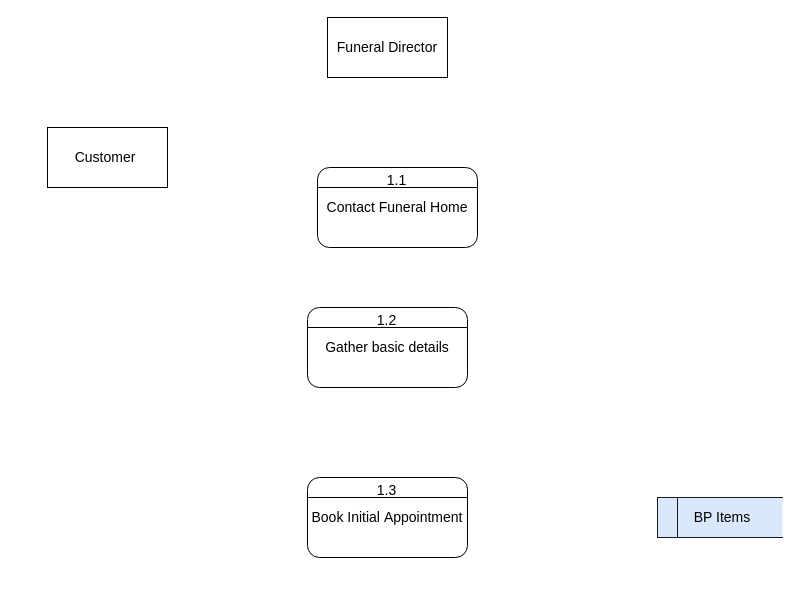
Above: page "DFD-1 - Execute First Call" (8 of 12) of Untitled Diagram.drawio in Buddhika-Pathirathna/DiagramsRepo (draw.io), before the change. Source tidied: cells renumbered, new cells numbered last; positions are measured from the earlier drawing's top-left corner, leaving out a move shared by most shapes. Both pictures are drawn from the tidied source at 100%, with x=0, y=0 at pixel (47, 17).
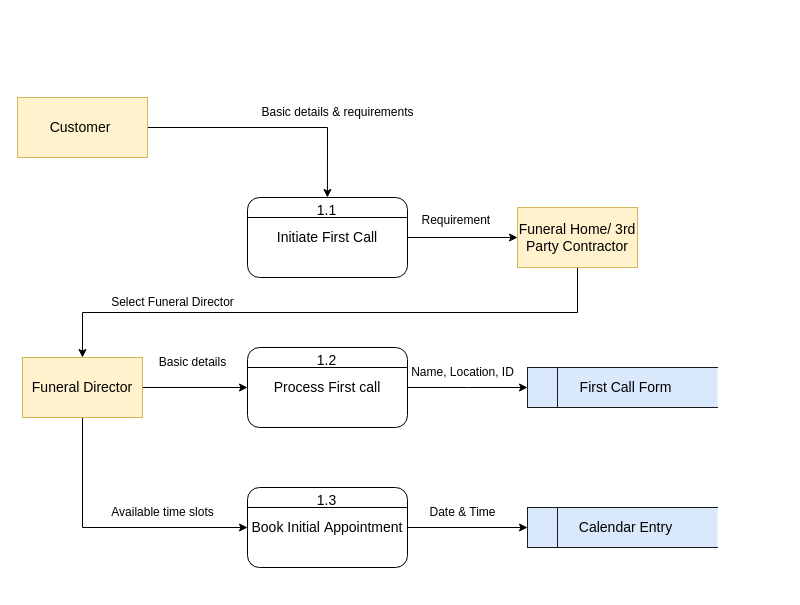
Above is the later version.

The change refers to these unchanged cells:
```xml
<mxCell id="4" value="&lt;font style=&quot;font-size: 14px&quot;&gt;1.1&lt;/font&gt;" style="text;html=1;strokeColor=none;fillColor=none;align=center;verticalAlign=middle;whiteSpace=wrap;rounded=0;" parent="2" vertex="1">
  <mxGeometry x="48.3" width="63.3" height="25" as="geometry" />
</mxCell>
<mxCell id="15" value="&lt;span style=&quot;font-size: 14px&quot;&gt;Book Initial&amp;nbsp;&lt;/span&gt;&lt;span style=&quot;font-size: 14px;&quot;&gt;Appointment&lt;/span&gt;" style="rounded=1;whiteSpace=wrap;html=1;" parent="14" vertex="1">
  <mxGeometry width="160" height="80" as="geometry" />
</mxCell>
```

What changed in the source:
```diff
@@
     <mxCell id="2" style="group;" parent="1" vertex="1">
-      <mxGeometry x="270" y="150" width="190" height="100" as="geometry" />
+      <mxGeometry x="200" y="180" width="190" height="100" as="geometry" />
     </mxCell>
-    <mxCell id="3" value="&lt;span style=&quot;font-size: 14px&quot;&gt;Contact Funeral Home&lt;/span&gt;" style="rounded=1;whiteSpace=wrap;html=1;" parent="2" vertex="1">
+    <mxCell id="3" value="&lt;span style=&quot;font-size: 14px;&quot;&gt;Initiate&amp;nbsp;First Call&lt;/span&gt;" style="rounded=1;whiteSpace=wrap;html=1;" parent="2" vertex="1">
       <mxGeometry width="160" height="80" as="geometry" />
     </mxCell>
@@
+    <mxCell id="19" style="edgeStyle=orthogonalEdgeStyle;rounded=0;jettySize=auto;html=1;exitX=1;exitY=0.5;exitDx=0;exitDy=0;entryX=0.5;entryY=0;entryDx=0;entryDy=0;" parent="1" edge="1" source="6" target="4">
+      <mxGeometry relative="1" as="geometry" />
+    </mxCell>
-    <mxCell id="6" value="&lt;font style=&quot;font-size: 14px;&quot;&gt;Customer&amp;nbsp;&lt;/font&gt;" style="rounded=0;whiteSpace=wrap;html=1;" parent="1" vertex="1">
-      <mxGeometry y="110" width="120" height="60" as="geometry" />
+    <mxCell id="6" value="&lt;font style=&quot;font-size: 14px;&quot;&gt;Customer&amp;nbsp;&lt;/font&gt;" style="rounded=0;whiteSpace=wrap;html=1;fillColor=#fff2cc;strokeColor=#d6b656;" parent="1" vertex="1">
+      <mxGeometry x="-30" y="80" width="130" height="60" as="geometry" />
     </mxCell>
     <mxCell id="7" style="group;fillColor=none;strokeColor=#FFFFFF;" parent="1" vertex="1">
-      <mxGeometry x="610" y="480" width="125" height="40" as="geometry" />
+      <mxGeometry x="480" y="350" width="190" height="40" as="geometry" />
     </mxCell>
-    <mxCell id="8" value="&lt;font style=&quot;font-size: 14px&quot;&gt;BP Items&lt;/font&gt;" style="shape=partialRectangle;whiteSpace=wrap;html=1;left=0;right=0;fillColor=#dae8fc;strokeColor=#1A1A1A;perimeterSpacing=1;" parent="7" vertex="1">
-      <mxGeometry x="5" width="120" height="40" as="geometry" />
+    <mxCell id="8" value="&lt;font style=&quot;font-size: 14px&quot;&gt;First Call Form&lt;/font&gt;" style="shape=partialRectangle;whiteSpace=wrap;html=1;left=0;right=0;fillColor=#dae8fc;strokeColor=#1A1A1A;perimeterSpacing=1;" parent="7" vertex="1">
+      <mxGeometry x="7.2" width="182.8" height="40" as="geometry" />
     </mxCell>
     <mxCell id="9" style="rounded=0;whiteSpace=wrap;html=1;fillColor=#dae8fc;strokeColor=#1A1A1A;" parent="7" vertex="1">
-      <mxGeometry width="20" height="40" as="geometry" />
+      <mxGeometry width="30" height="40" as="geometry" />
     </mxCell>
     <mxCell id="10" style="group;" parent="1" vertex="1">
-      <mxGeometry x="260" y="290" width="190" height="100" as="geometry" />
+      <mxGeometry x="200" y="330" width="190" height="100" as="geometry" />
     </mxCell>
+    <mxCell id="20" style="edgeStyle=orthogonalEdgeStyle;rounded=0;jettySize=auto;html=1;exitX=1;exitY=0.5;exitDx=0;exitDy=0;" parent="10" edge="1" source="11">
+      <mxGeometry relative="1" as="geometry">
+        <mxPoint x="280" y="40" as="targetPoint" />
+      </mxGeometry>
+    </mxCell>
-    <mxCell id="11" value="&lt;span style=&quot;font-size: 14px&quot;&gt;Gather basic details&lt;/span&gt;" style="rounded=1;whiteSpace=wrap;html=1;" parent="10" vertex="1">
+    <mxCell id="11" value="&lt;span style=&quot;font-size: 14px&quot;&gt;Process First call&lt;/span&gt;" style="rounded=1;whiteSpace=wrap;html=1;" parent="10" vertex="1">
       <mxGeometry width="160" height="80" as="geometry" />
     </mxCell>
@@
     <mxCell id="14" style="group;" parent="1" vertex="1">
-      <mxGeometry x="260" y="460" width="190" height="100" as="geometry" />
+      <mxGeometry x="200" y="470" width="190" height="100" as="geometry" />
     </mxCell>
@@
+    <mxCell id="21" style="edgeStyle=orthogonalEdgeStyle;rounded=0;jettySize=auto;html=1;exitX=1;exitY=0.5;exitDx=0;exitDy=0;entryX=0;entryY=0.5;entryDx=0;entryDy=0;" parent="1" edge="1" source="18" target="11">
+      <mxGeometry relative="1" as="geometry" />
+    </mxCell>
+    <mxCell id="22" style="edgeStyle=orthogonalEdgeStyle;rounded=0;jettySize=auto;html=1;exitX=0.5;exitY=1;exitDx=0;exitDy=0;entryX=0;entryY=0.5;entryDx=0;entryDy=0;" parent="1" edge="1" source="18" target="15">
+      <mxGeometry relative="1" as="geometry" />
+    </mxCell>
-    <mxCell id="18" value="&lt;font style=&quot;font-size: 14px;&quot;&gt;Funeral Director&lt;/font&gt;" style="rounded=0;whiteSpace=wrap;html=1;" parent="1" vertex="1">
-      <mxGeometry x="280" width="120" height="60" as="geometry" />
+    <mxCell id="18" value="&lt;font style=&quot;font-size: 14px;&quot;&gt;Funeral Director&lt;/font&gt;" style="rounded=0;whiteSpace=wrap;html=1;fillColor=#fff2cc;strokeColor=#d6b656;" parent="1" vertex="1">
+      <mxGeometry x="-25" y="340" width="120" height="60" as="geometry" />
     </mxCell>
+    <mxCell id="23" value="Basic details &amp;amp; requirements" style="text;html=1;align=center;verticalAlign=middle;strokeColor=none;fillColor=none;" parent="1" vertex="1">
+      <mxGeometry x="200" y="80" width="180" height="30" as="geometry" />
+    </mxCell>
+    <mxCell id="24" style="group;fillColor=none;strokeColor=#FFFFFF;" parent="1" vertex="1">
+      <mxGeometry x="480" y="490" width="190" height="40" as="geometry" />
+    </mxCell>
+    <mxCell id="25" value="&lt;font style=&quot;font-size: 14px&quot;&gt;Calendar Entry&lt;/font&gt;" style="shape=partialRectangle;whiteSpace=wrap;html=1;left=0;right=0;fillColor=#dae8fc;strokeColor=#1A1A1A;perimeterSpacing=1;" parent="24" vertex="1">
+      <mxGeometry x="7.2" width="182.8" height="40" as="geometry" />
+    </mxCell>
+    <mxCell id="26" style="rounded=0;whiteSpace=wrap;html=1;fillColor=#dae8fc;strokeColor=#1A1A1A;" parent="24" vertex="1">
+      <mxGeometry width="30" height="40" as="geometry" />
+    </mxCell>
+    <mxCell id="27" value="Name, Location, ID" style="text;html=1;align=center;verticalAlign=middle;strokeColor=none;fillColor=none;" parent="1" vertex="1">
+      <mxGeometry x="350" y="340" width="130" height="30" as="geometry" />
+    </mxCell>
+    <mxCell id="28" style="edgeStyle=orthogonalEdgeStyle;rounded=0;jettySize=auto;html=1;exitX=0.5;exitY=1;exitDx=0;exitDy=0;entryX=0.5;entryY=0;entryDx=0;entryDy=0;" parent="1" edge="1" source="34" target="18">
+      <mxGeometry relative="1" as="geometry" />
+    </mxCell>
+    <mxCell id="29" value="Select Funeral Director" style="text;html=1;align=center;verticalAlign=middle;strokeColor=none;fillColor=none;" parent="1" vertex="1">
+      <mxGeometry x="50" y="270" width="150" height="30" as="geometry" />
+    </mxCell>
+    <mxCell id="30" value="Basic details" style="text;html=1;align=center;verticalAlign=middle;strokeColor=none;fillColor=none;" parent="1" vertex="1">
+      <mxGeometry x="100" y="330" width="90" height="30" as="geometry" />
+    </mxCell>
+    <mxCell id="31" value="Available time slots" style="text;html=1;align=center;verticalAlign=middle;strokeColor=none;fillColor=none;" parent="1" vertex="1">
+      <mxGeometry x="50" y="480" width="130" height="30" as="geometry" />
+    </mxCell>
+    <mxCell id="32" style="edgeStyle=orthogonalEdgeStyle;rounded=0;jettySize=auto;html=1;exitX=1;exitY=0.5;exitDx=0;exitDy=0;entryX=0;entryY=0.5;entryDx=0;entryDy=0;" parent="1" edge="1" source="15" target="26">
+      <mxGeometry relative="1" as="geometry" />
+    </mxCell>
+    <mxCell id="33" value="Date &amp;amp; Time" style="text;html=1;align=center;verticalAlign=middle;strokeColor=none;fillColor=none;" parent="1" vertex="1">
+      <mxGeometry x="370" y="480" width="90" height="30" as="geometry" />
+    </mxCell>
+    <mxCell id="34" value="&lt;font style=&quot;font-size: 14px;&quot;&gt;Funeral Home/ 3rd Party Contractor&lt;/font&gt;" style="rounded=0;whiteSpace=wrap;html=1;fillColor=#fff2cc;strokeColor=#d6b656;" parent="1" vertex="1">
+      <mxGeometry x="470" y="190" width="120" height="60" as="geometry" />
+    </mxCell>
+    <mxCell id="35" style="edgeStyle=orthogonalEdgeStyle;rounded=0;jettySize=auto;html=1;exitX=1;exitY=0.5;exitDx=0;exitDy=0;" parent="1" edge="1" source="3" target="34">
+      <mxGeometry relative="1" as="geometry" />
+    </mxCell>
+    <mxCell id="36" value="Requirement&amp;nbsp;" style="text;html=1;align=center;verticalAlign=middle;strokeColor=none;fillColor=none;" parent="1" vertex="1">
+      <mxGeometry x="360" y="188" width="100" height="30" as="geometry" />
+    </mxCell>
```
